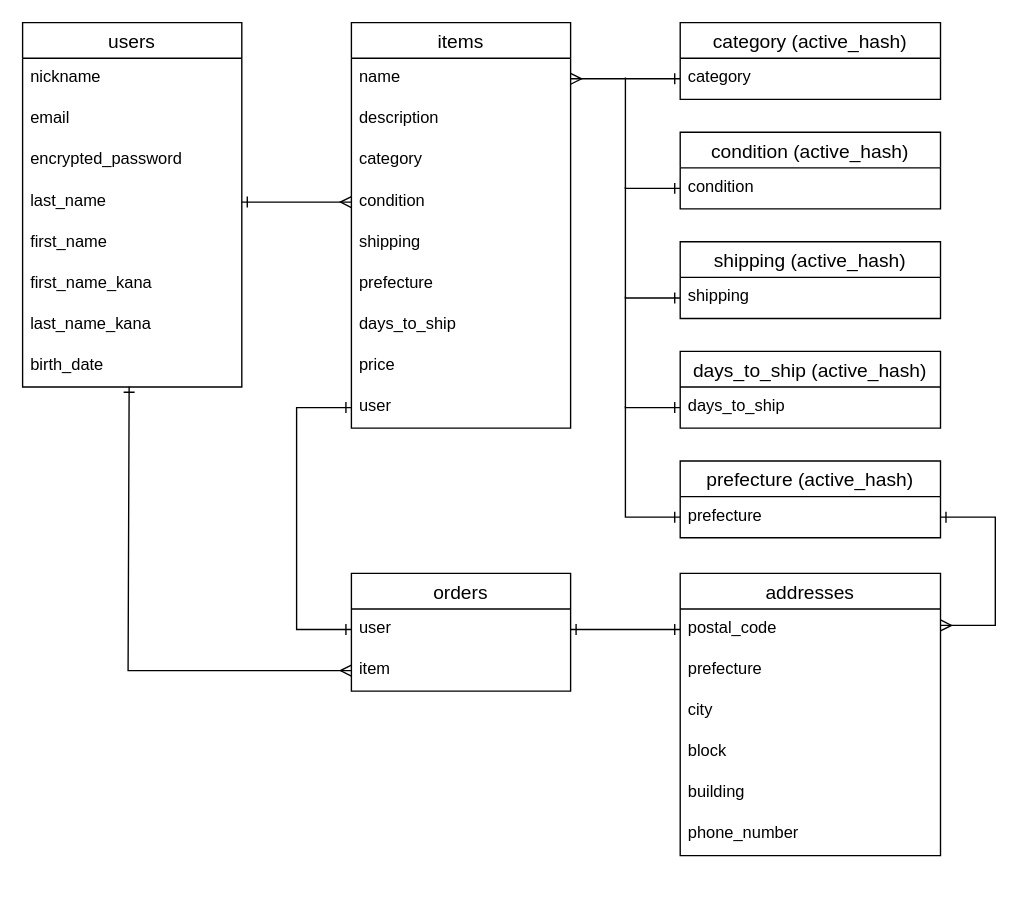
Above: erd.dio in TomFuyong/furima-38442 (draw.io), before the change. Source tidied: cells renumbered, new cells numbered last; positions are measured from the earlier drawing's top-left corner, leaving out a move shared by most shapes. Both pictures are drawn from the tidied source at 137%, with x=0, y=0 at pixel (22, 22).
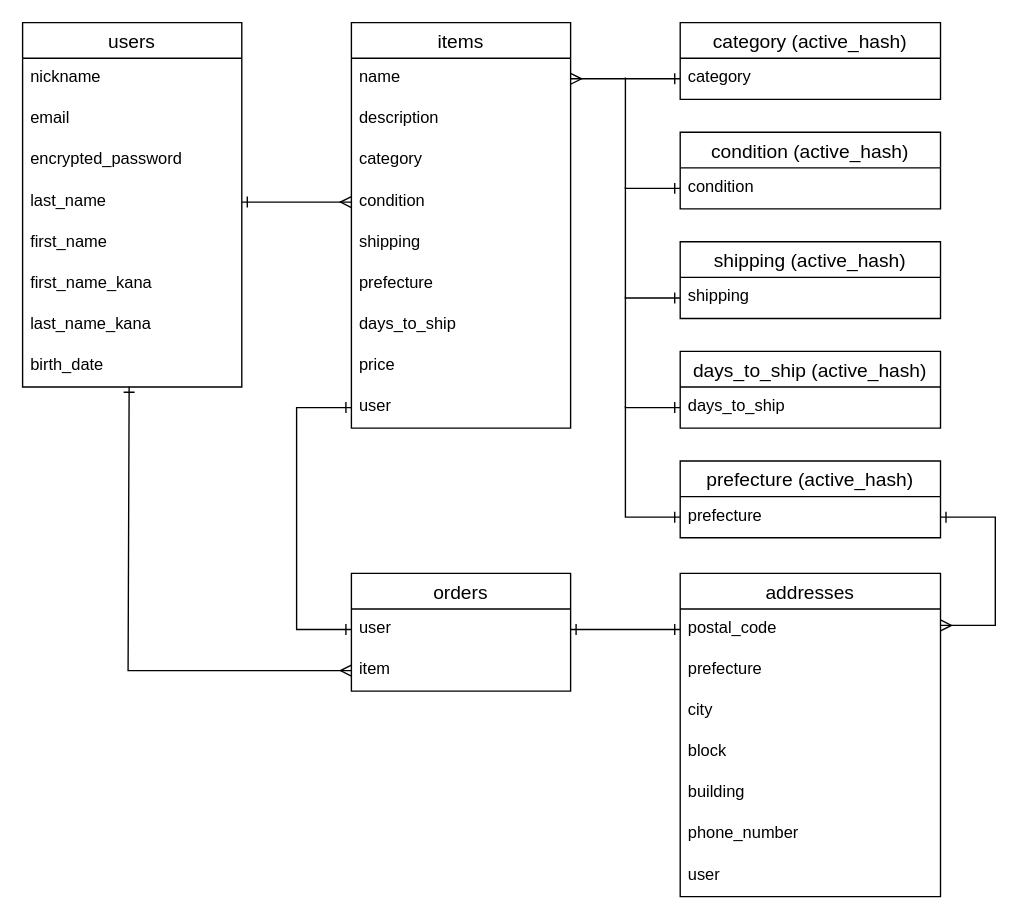
The same page after the edit.

Commit message (it also covers changes not shown here):
アソシエーションの修正

Diff of the diagram source:
```diff
@@
     <mxCell id="24" value="addresses" style="swimlane;fontStyle=0;horizontal=1;startSize=26;align=center;fontSize=14;" parent="1" vertex="1">
-      <mxGeometry x="480" y="402" width="190" height="206" as="geometry" />
+      <mxGeometry x="480" y="402" width="190" height="236" as="geometry" />
     </mxCell>
@@
+    <mxCell id="51" value="phone_number" style="text;strokeColor=none;fillColor=none;spacingLeft=4;spacingRight=4;overflow=hidden;fontSize=12;" parent="24" vertex="1">
+      <mxGeometry y="176" width="190" height="30" as="geometry" />
+    </mxCell>
-    <mxCell id="30" value="phone_number" style="text;strokeColor=none;fillColor=none;spacingLeft=4;spacingRight=4;overflow=hidden;fontSize=12;" parent="24" vertex="1">
-      <mxGeometry y="176" width="190" height="30" as="geometry" />
+    <mxCell id="30" value="user" style="text;strokeColor=none;fillColor=none;spacingLeft=4;spacingRight=4;overflow=hidden;fontSize=12;" parent="24" vertex="1">
+      <mxGeometry y="206" width="190" height="30" as="geometry" />
     </mxCell>
```
